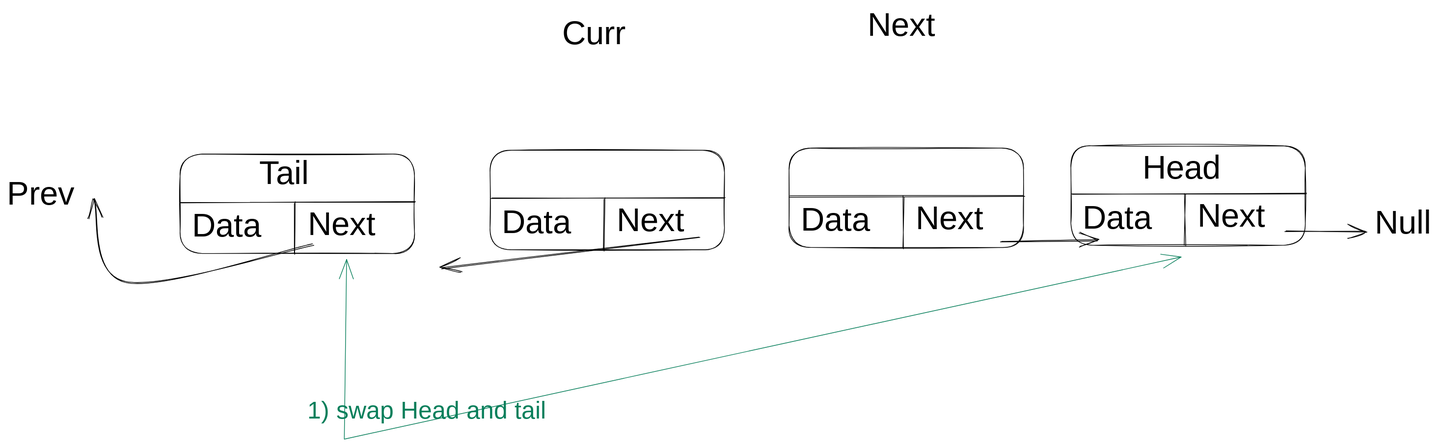
Earlier version of the Excalidraw export Week1/LinkedList/LinkedList_Notes.excalidraw.svg (JJ-Dynamite/DSA). Source tidied: one line per element, renumbered; positions are measured from the earlier drawing's top-left corner, leaving out a move shared by most shapes. Its diagram source:
```json
{"id": 0, "type": "rectangle", "strokeColor": "#000000", "strokeWidth": 1, "roughness": 1, "round": true, "x": 252, "y": 214, "width": 341, "height": 145}
{"id": 1, "type": "line", "strokeColor": "#000000", "backgroundColor": "#fa5252", "fillStyle": "hachure", "strokeWidth": 1, "roughness": 1, "round": true, "x": 253, "y": 284, "width": 341, "height": 0, "points": [[0, 0], [341, 0]]}
{"id": 2, "type": "line", "strokeColor": "#000000", "backgroundColor": "#fa5252", "fillStyle": "hachure", "strokeWidth": 1, "roughness": 1, "round": true, "x": 419, "y": 284, "width": 1, "height": 76, "points": [[0, 0], [-1, 76]]}
{"id": 3, "type": "text", "text": "Head", "strokeColor": "#000000", "backgroundColor": "#fa5252", "fillStyle": "hachure", "strokeWidth": 1, "roughness": 1, "fontSize": 47.8, "fontFamily": 1, "x": 1652, "y": 208, "width": 114, "height": 60}
{"id": 4, "type": "text", "text": "Data", "strokeColor": "#000000", "backgroundColor": "#fa5252", "fillStyle": "hachure", "strokeWidth": 1, "roughness": 1, "fontSize": 47.8, "fontFamily": 1, "x": 269, "y": 293, "width": 130, "height": 60}
{"id": 5, "type": "text", "text": "Next", "strokeColor": "#000000", "backgroundColor": "#fa5252", "fillStyle": "hachure", "strokeWidth": 1, "roughness": 1, "fontSize": 47.8, "fontFamily": 1, "x": 438, "y": 290, "width": 113, "height": 60}
{"id": 6, "type": "arrow", "strokeColor": "#000000", "backgroundColor": "#fa5252", "fillStyle": "hachure", "strokeWidth": 1, "roughness": 1, "endArrowhead": "arrow", "round": true, "x": 445, "y": 346, "width": 318, "height": 121, "points": [[0, 0], [-271, 55], [-318, -66]]}
{"id": 7, "type": "rectangle", "strokeColor": "#000000", "strokeWidth": 1, "roughness": 1, "round": true, "x": 703, "y": 209, "width": 341, "height": 145}
{"id": 8, "type": "line", "strokeColor": "#000000", "backgroundColor": "#fa5252", "fillStyle": "hachure", "strokeWidth": 1, "roughness": 1, "round": true, "x": 704, "y": 279, "width": 341, "height": 0, "points": [[0, 0], [341, 0]]}
{"id": 9, "type": "line", "strokeColor": "#000000", "backgroundColor": "#fa5252", "fillStyle": "hachure", "strokeWidth": 1, "roughness": 1, "round": true, "x": 870, "y": 279, "width": 1, "height": 76, "points": [[0, 0], [-1, 76]]}
{"id": 10, "type": "text", "text": "Data", "strokeColor": "#000000", "backgroundColor": "#fa5252", "fillStyle": "hachure", "strokeWidth": 1, "roughness": 1, "fontSize": 47.8, "fontFamily": 1, "x": 720, "y": 287, "width": 130, "height": 60}
{"id": 11, "type": "text", "text": "Next", "strokeColor": "#000000", "backgroundColor": "#fa5252", "fillStyle": "hachure", "strokeWidth": 1, "roughness": 1, "fontSize": 47.8, "fontFamily": 1, "x": 887, "y": 285, "width": 113, "height": 60}
{"id": 12, "type": "rectangle", "strokeColor": "#000000", "strokeWidth": 1, "roughness": 1, "round": true, "x": 1138, "y": 205, "width": 341, "height": 145}
{"id": 13, "type": "line", "strokeColor": "#000000", "backgroundColor": "#fa5252", "fillStyle": "hachure", "strokeWidth": 1, "roughness": 1, "round": true, "x": 1139, "y": 275, "width": 341, "height": 0, "points": [[0, 0], [341, 0]]}
{"id": 14, "type": "line", "strokeColor": "#000000", "backgroundColor": "#fa5252", "fillStyle": "hachure", "strokeWidth": 1, "roughness": 1, "round": true, "x": 1305, "y": 275, "width": 1, "height": 76, "points": [[0, 0], [-1, 76]]}
{"id": 15, "type": "text", "text": "Data", "strokeColor": "#000000", "backgroundColor": "#fa5252", "fillStyle": "hachure", "strokeWidth": 1, "roughness": 1, "fontSize": 47.8, "fontFamily": 1, "x": 1155, "y": 284, "width": 130, "height": 60}
{"id": 16, "type": "text", "text": "Next", "strokeColor": "#000000", "backgroundColor": "#fa5252", "fillStyle": "hachure", "strokeWidth": 1, "roughness": 1, "fontSize": 47.8, "fontFamily": 1, "x": 1322, "y": 281, "width": 113, "height": 60}
{"id": 17, "type": "rectangle", "strokeColor": "#000000", "strokeWidth": 1, "roughness": 1, "round": true, "x": 1548, "y": 202, "width": 341, "height": 145}
{"id": 18, "type": "line", "strokeColor": "#000000", "backgroundColor": "#fa5252", "fillStyle": "hachure", "strokeWidth": 1, "roughness": 1, "round": true, "x": 1549, "y": 272, "width": 341, "height": 0, "points": [[0, 0], [341, 0]]}
{"id": 19, "type": "line", "strokeColor": "#000000", "backgroundColor": "#fa5252", "fillStyle": "hachure", "strokeWidth": 1, "roughness": 1, "round": true, "x": 1715, "y": 272, "width": 1, "height": 76, "points": [[0, 0], [-1, 76]]}
{"id": 20, "type": "text", "text": "Data", "strokeColor": "#000000", "backgroundColor": "#fa5252", "fillStyle": "hachure", "strokeWidth": 1, "roughness": 1, "fontSize": 47.8, "fontFamily": 1, "x": 1565, "y": 281, "width": 130, "height": 60}
{"id": 21, "type": "text", "text": "Next", "strokeColor": "#000000", "backgroundColor": "#fa5252", "fillStyle": "hachure", "strokeWidth": 1, "roughness": 1, "fontSize": 47.8, "fontFamily": 1, "x": 1732, "y": 278, "width": 113, "height": 60}
{"id": 22, "type": "arrow", "strokeColor": "#000000", "backgroundColor": "#fa5252", "fillStyle": "hachure", "strokeWidth": 1, "roughness": 1, "endArrowhead": "arrow", "round": true, "from": 11, "x": 1008, "y": 334, "width": 375, "height": 46, "points": [[0, 0], [-375, 46]]}
{"id": 23, "type": "arrow", "strokeColor": "#000000", "backgroundColor": "#fa5252", "fillStyle": "hachure", "strokeWidth": 1, "roughness": 1, "endArrowhead": "arrow", "round": true, "from": 16, "x": 1446, "y": 342, "width": 141, "height": 1, "points": [[0, 0], [141, -1]]}
{"id": 24, "type": "arrow", "strokeColor": "#000000", "backgroundColor": "#fa5252", "fillStyle": "hachure", "strokeWidth": 1, "roughness": 1, "endArrowhead": "arrow", "round": true, "from": 21, "to": 25, "x": 1860, "y": 327, "width": 117, "height": 0, "points": [[0, 0], [117, 0]]}
{"id": 25, "type": "text", "text": "Null", "strokeColor": "#000000", "backgroundColor": "#fa5252", "fillStyle": "hachure", "strokeWidth": 1, "roughness": 1, "fontSize": 47.8, "fontFamily": 1, "x": 1990, "y": 288, "width": 85, "height": 60}
{"id": 26, "type": "text", "text": "Tail", "strokeColor": "#000000", "backgroundColor": "#fa5252", "fillStyle": "hachure", "strokeWidth": 1, "roughness": 1, "fontSize": 47.8, "fontFamily": 1, "x": 367, "y": 216, "width": 95, "height": 60}
{"id": 27, "type": "text", "text": "Curr", "strokeColor": "#000000", "backgroundColor": "#fa5252", "fillStyle": "hachure", "strokeWidth": 1, "roughness": 1, "fontSize": 47.8, "fontFamily": 1, "x": 808, "y": 12, "width": 101, "height": 60}
{"id": 28, "type": "text", "text": "Next", "strokeColor": "#000000", "backgroundColor": "#fa5252", "fillStyle": "hachure", "strokeWidth": 1, "roughness": 1, "fontSize": 47.8, "fontFamily": 1, "x": 1252, "y": 0, "width": 113, "height": 60}
{"id": 29, "type": "text", "text": "Prev", "strokeColor": "#000000", "backgroundColor": "#fa5252", "fillStyle": "hachure", "strokeWidth": 1, "roughness": 1, "fontSize": 47.8, "fontFamily": 1, "x": 0, "y": 246, "width": 105, "height": 60}
{"id": 30, "type": "arrow", "strokeColor": "#087f5b", "backgroundColor": "#fa5252", "fillStyle": "hachure", "strokeWidth": 1, "roughness": 0, "startArrowhead": "arrow", "endArrowhead": "arrow", "from": 0, "to": 17, "x": 494, "y": 368, "width": 1217, "height": 265, "points": [[0, 0], [-3, 261], [1214, -4]]}
{"id": 31, "type": "text", "text": "1) swap Head and tail", "strokeColor": "#087f5b", "backgroundColor": "#fa5252", "fillStyle": "hachure", "strokeWidth": 1, "roughness": 1, "fontSize": 36, "fontFamily": 3, "textAlign": "center", "verticalAlign": "middle", "inside": 30, "x": 388, "y": 562, "width": 445, "height": 48}
```
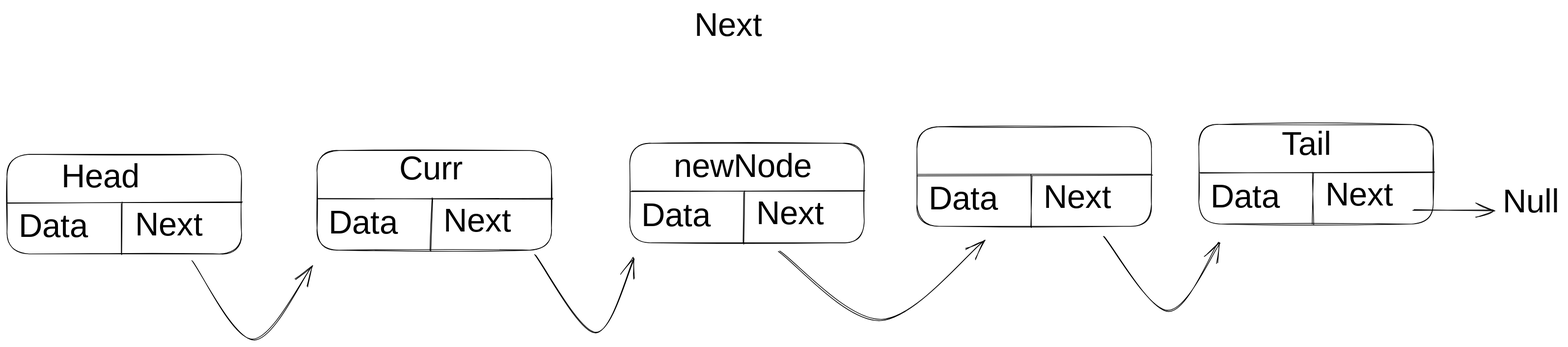
The same file after the commit.

Diff of the diagram source:
```diff
@@ -1,32 +1,36 @@
 {"id": 0, "type": "rectangle", "strokeColor": "#000000", "strokeWidth": 1, "roughness": 1, "round": true, "x": 252, "y": 214, "width": 341, "height": 145}
 {"id": 1, "type": "line", "strokeColor": "#000000", "backgroundColor": "#fa5252", "fillStyle": "hachure", "strokeWidth": 1, "roughness": 1, "round": true, "x": 253, "y": 284, "width": 341, "height": 0, "points": [[0, 0], [341, 0]]}
 {"id": 2, "type": "line", "strokeColor": "#000000", "backgroundColor": "#fa5252", "fillStyle": "hachure", "strokeWidth": 1, "roughness": 1, "round": true, "x": 419, "y": 284, "width": 1, "height": 76, "points": [[0, 0], [-1, 76]]}
-{"id": 3, "type": "text", "text": "Head", "strokeColor": "#000000", "backgroundColor": "#fa5252", "fillStyle": "hachure", "strokeWidth": 1, "roughness": 1, "fontSize": 47.8, "fontFamily": 1, "x": 1652, "y": 208, "width": 114, "height": 60}
+{"id": 3, "type": "text", "text": "Head", "strokeColor": "#000000", "backgroundColor": "#fa5252", "fillStyle": "hachure", "strokeWidth": 1, "roughness": 1, "fontSize": 47.8, "fontFamily": 1, "x": 331, "y": 220, "width": 114, "height": 60}
 {"id": 4, "type": "text", "text": "Data", "strokeColor": "#000000", "backgroundColor": "#fa5252", "fillStyle": "hachure", "strokeWidth": 1, "roughness": 1, "fontSize": 47.8, "fontFamily": 1, "x": 269, "y": 293, "width": 130, "height": 60}
 {"id": 5, "type": "text", "text": "Next", "strokeColor": "#000000", "backgroundColor": "#fa5252", "fillStyle": "hachure", "strokeWidth": 1, "roughness": 1, "fontSize": 47.8, "fontFamily": 1, "x": 438, "y": 290, "width": 113, "height": 60}
-{"id": 6, "type": "arrow", "strokeColor": "#000000", "backgroundColor": "#fa5252", "fillStyle": "hachure", "strokeWidth": 1, "roughness": 1, "endArrowhead": "arrow", "round": true, "x": 445, "y": 346, "width": 318, "height": 121, "points": [[0, 0], [-271, 55], [-318, -66]]}
-{"id": 7, "type": "rectangle", "strokeColor": "#000000", "strokeWidth": 1, "roughness": 1, "round": true, "x": 703, "y": 209, "width": 341, "height": 145}
-{"id": 8, "type": "line", "strokeColor": "#000000", "backgroundColor": "#fa5252", "fillStyle": "hachure", "strokeWidth": 1, "roughness": 1, "round": true, "x": 704, "y": 279, "width": 341, "height": 0, "points": [[0, 0], [341, 0]]}
-{"id": 9, "type": "line", "strokeColor": "#000000", "backgroundColor": "#fa5252", "fillStyle": "hachure", "strokeWidth": 1, "roughness": 1, "round": true, "x": 870, "y": 279, "width": 1, "height": 76, "points": [[0, 0], [-1, 76]]}
-{"id": 10, "type": "text", "text": "Data", "strokeColor": "#000000", "backgroundColor": "#fa5252", "fillStyle": "hachure", "strokeWidth": 1, "roughness": 1, "fontSize": 47.8, "fontFamily": 1, "x": 720, "y": 287, "width": 130, "height": 60}
-{"id": 11, "type": "text", "text": "Next", "strokeColor": "#000000", "backgroundColor": "#fa5252", "fillStyle": "hachure", "strokeWidth": 1, "roughness": 1, "fontSize": 47.8, "fontFamily": 1, "x": 887, "y": 285, "width": 113, "height": 60}
+{"id": 32, "type": "rectangle", "strokeColor": "#000000", "strokeWidth": 1, "roughness": 1, "round": true, "x": 703, "y": 209, "width": 341, "height": 145}
+{"id": 33, "type": "line", "strokeColor": "#000000", "backgroundColor": "#fa5252", "fillStyle": "hachure", "strokeWidth": 1, "roughness": 1, "round": true, "x": 704, "y": 279, "width": 341, "height": 0, "points": [[0, 0], [341, 0]]}
+{"id": 34, "type": "line", "strokeColor": "#000000", "backgroundColor": "#fa5252", "fillStyle": "hachure", "strokeWidth": 1, "roughness": 1, "round": true, "x": 870, "y": 279, "width": 1, "height": 76, "points": [[0, 0], [-1, 76]]}
+{"id": 35, "type": "text", "text": "Data", "strokeColor": "#000000", "backgroundColor": "#fa5252", "fillStyle": "hachure", "strokeWidth": 1, "roughness": 1, "fontSize": 47.8, "fontFamily": 1, "x": 720, "y": 287, "width": 130, "height": 60}
+{"id": 36, "type": "text", "text": "Next", "strokeColor": "#000000", "backgroundColor": "#fa5252", "fillStyle": "hachure", "strokeWidth": 1, "roughness": 1, "fontSize": 47.8, "fontFamily": 1, "x": 887, "y": 285, "width": 113, "height": 60}
-{"id": 12, "type": "rectangle", "strokeColor": "#000000", "strokeWidth": 1, "roughness": 1, "round": true, "x": 1138, "y": 205, "width": 341, "height": 145}
+{"id": 12, "type": "rectangle", "strokeColor": "#000000", "strokeWidth": 1, "roughness": 1, "round": true, "x": 1576, "y": 174, "width": 341, "height": 145}
-{"id": 13, "type": "line", "strokeColor": "#000000", "backgroundColor": "#fa5252", "fillStyle": "hachure", "strokeWidth": 1, "roughness": 1, "round": true, "x": 1139, "y": 275, "width": 341, "height": 0, "points": [[0, 0], [341, 0]]}
+{"id": 13, "type": "line", "strokeColor": "#000000", "backgroundColor": "#fa5252", "fillStyle": "hachure", "strokeWidth": 1, "roughness": 1, "round": true, "x": 1577, "y": 244, "width": 341, "height": 0, "points": [[0, 0], [341, 0]]}
-{"id": 14, "type": "line", "strokeColor": "#000000", "backgroundColor": "#fa5252", "fillStyle": "hachure", "strokeWidth": 1, "roughness": 1, "round": true, "x": 1305, "y": 275, "width": 1, "height": 76, "points": [[0, 0], [-1, 76]]}
+{"id": 14, "type": "line", "strokeColor": "#000000", "backgroundColor": "#fa5252", "fillStyle": "hachure", "strokeWidth": 1, "roughness": 1, "round": true, "x": 1743, "y": 244, "width": 1, "height": 76, "points": [[0, 0], [-1, 76]]}
-{"id": 15, "type": "text", "text": "Data", "strokeColor": "#000000", "backgroundColor": "#fa5252", "fillStyle": "hachure", "strokeWidth": 1, "roughness": 1, "fontSize": 47.8, "fontFamily": 1, "x": 1155, "y": 284, "width": 130, "height": 60}
+{"id": 15, "type": "text", "text": "Data", "strokeColor": "#000000", "backgroundColor": "#fa5252", "fillStyle": "hachure", "strokeWidth": 1, "roughness": 1, "fontSize": 47.8, "fontFamily": 1, "x": 1593, "y": 252, "width": 130, "height": 60}
-{"id": 16, "type": "text", "text": "Next", "strokeColor": "#000000", "backgroundColor": "#fa5252", "fillStyle": "hachure", "strokeWidth": 1, "roughness": 1, "fontSize": 47.8, "fontFamily": 1, "x": 1322, "y": 281, "width": 113, "height": 60}
+{"id": 16, "type": "text", "text": "Next", "strokeColor": "#000000", "backgroundColor": "#fa5252", "fillStyle": "hachure", "strokeWidth": 1, "roughness": 1, "fontSize": 47.8, "fontFamily": 1, "x": 1760, "y": 250, "width": 113, "height": 60}
-{"id": 17, "type": "rectangle", "strokeColor": "#000000", "strokeWidth": 1, "roughness": 1, "round": true, "x": 1548, "y": 202, "width": 341, "height": 145}
+{"id": 17, "type": "rectangle", "strokeColor": "#000000", "strokeWidth": 1, "roughness": 1, "round": true, "x": 1986, "y": 171, "width": 341, "height": 145}
-{"id": 18, "type": "line", "strokeColor": "#000000", "backgroundColor": "#fa5252", "fillStyle": "hachure", "strokeWidth": 1, "roughness": 1, "round": true, "x": 1549, "y": 272, "width": 341, "height": 0, "points": [[0, 0], [341, 0]]}
+{"id": 18, "type": "line", "strokeColor": "#000000", "backgroundColor": "#fa5252", "fillStyle": "hachure", "strokeWidth": 1, "roughness": 1, "round": true, "x": 1987, "y": 241, "width": 341, "height": 0, "points": [[0, 0], [341, 0]]}
-{"id": 19, "type": "line", "strokeColor": "#000000", "backgroundColor": "#fa5252", "fillStyle": "hachure", "strokeWidth": 1, "roughness": 1, "round": true, "x": 1715, "y": 272, "width": 1, "height": 76, "points": [[0, 0], [-1, 76]]}
+{"id": 19, "type": "line", "strokeColor": "#000000", "backgroundColor": "#fa5252", "fillStyle": "hachure", "strokeWidth": 1, "roughness": 1, "round": true, "x": 2153, "y": 241, "width": 1, "height": 76, "points": [[0, 0], [-1, 76]]}
-{"id": 20, "type": "text", "text": "Data", "strokeColor": "#000000", "backgroundColor": "#fa5252", "fillStyle": "hachure", "strokeWidth": 1, "roughness": 1, "fontSize": 47.8, "fontFamily": 1, "x": 1565, "y": 281, "width": 130, "height": 60}
+{"id": 20, "type": "text", "text": "Data", "strokeColor": "#000000", "backgroundColor": "#fa5252", "fillStyle": "hachure", "strokeWidth": 1, "roughness": 1, "fontSize": 47.8, "fontFamily": 1, "x": 2003, "y": 249, "width": 130, "height": 60}
-{"id": 21, "type": "text", "text": "Next", "strokeColor": "#000000", "backgroundColor": "#fa5252", "fillStyle": "hachure", "strokeWidth": 1, "roughness": 1, "fontSize": 47.8, "fontFamily": 1, "x": 1732, "y": 278, "width": 113, "height": 60}
+{"id": 21, "type": "text", "text": "Next", "strokeColor": "#000000", "backgroundColor": "#fa5252", "fillStyle": "hachure", "strokeWidth": 1, "roughness": 1, "fontSize": 47.8, "fontFamily": 1, "x": 2170, "y": 247, "width": 113, "height": 60}
-{"id": 22, "type": "arrow", "strokeColor": "#000000", "backgroundColor": "#fa5252", "fillStyle": "hachure", "strokeWidth": 1, "roughness": 1, "endArrowhead": "arrow", "round": true, "from": 11, "x": 1008, "y": 334, "width": 375, "height": 46, "points": [[0, 0], [-375, 46]]}
-{"id": 23, "type": "arrow", "strokeColor": "#000000", "backgroundColor": "#fa5252", "fillStyle": "hachure", "strokeWidth": 1, "roughness": 1, "endArrowhead": "arrow", "round": true, "from": 16, "x": 1446, "y": 342, "width": 141, "height": 1, "points": [[0, 0], [141, -1]]}
+{"id": 37, "type": "arrow", "strokeColor": "#000000", "backgroundColor": "#fa5252", "fillStyle": "hachure", "strokeWidth": 1, "roughness": 1, "endArrowhead": "arrow", "round": true, "from": 0, "to": 32, "x": 522, "y": 370, "width": 174, "height": 113, "points": [[0, 0], [88, 113], [174, 7]]}
-{"id": 24, "type": "arrow", "strokeColor": "#000000", "backgroundColor": "#fa5252", "fillStyle": "hachure", "strokeWidth": 1, "roughness": 1, "endArrowhead": "arrow", "round": true, "from": 21, "to": 25, "x": 1860, "y": 327, "width": 117, "height": 0, "points": [[0, 0], [117, 0]]}
+{"id": 24, "type": "arrow", "strokeColor": "#000000", "backgroundColor": "#fa5252", "fillStyle": "hachure", "strokeWidth": 1, "roughness": 1, "endArrowhead": "arrow", "round": true, "from": 21, "to": 25, "x": 2298, "y": 296, "width": 117, "height": 0, "points": [[0, 0], [117, 0]]}
-{"id": 25, "type": "text", "text": "Null", "strokeColor": "#000000", "backgroundColor": "#fa5252", "fillStyle": "hachure", "strokeWidth": 1, "roughness": 1, "fontSize": 47.8, "fontFamily": 1, "x": 1990, "y": 288, "width": 85, "height": 60}
+{"id": 25, "type": "text", "text": "Null", "strokeColor": "#000000", "backgroundColor": "#fa5252", "fillStyle": "hachure", "strokeWidth": 1, "roughness": 1, "fontSize": 47.8, "fontFamily": 1, "x": 2428, "y": 256, "width": 85, "height": 60}
-{"id": 26, "type": "text", "text": "Tail", "strokeColor": "#000000", "backgroundColor": "#fa5252", "fillStyle": "hachure", "strokeWidth": 1, "roughness": 1, "fontSize": 47.8, "fontFamily": 1, "x": 367, "y": 216, "width": 95, "height": 60}
+{"id": 26, "type": "text", "text": "Tail", "strokeColor": "#000000", "backgroundColor": "#fa5252", "fillStyle": "hachure", "strokeWidth": 1, "roughness": 1, "fontSize": 47.8, "fontFamily": 1, "x": 2107, "y": 173, "width": 95, "height": 60}
+{"id": 38, "type": "text", "text": "Curr", "strokeColor": "#000000", "backgroundColor": "#fa5252", "fillStyle": "hachure", "strokeWidth": 1, "roughness": 1, "fontSize": 47.8, "fontFamily": 1, "x": 823, "y": 209, "width": 101, "height": 60}
+{"id": 28, "type": "text", "text": "Next", "strokeColor": "#000000", "backgroundColor": "#fa5252", "fillStyle": "hachure", "strokeWidth": 1, "roughness": 1, "fontSize": 47.8, "fontFamily": 1, "x": 1252, "y": 0, "width": 113, "height": 60}
+{"id": 39, "type": "arrow", "strokeColor": "#000000", "backgroundColor": "#fa5252", "fillStyle": "hachure", "strokeWidth": 1, "roughness": 1, "endArrowhead": "arrow", "round": true, "from": 32, "to": 7, "x": 1021, "y": 361, "width": 143, "height": 113, "points": [[0, 0], [87, 113], [143, 6]]}
+{"id": 22, "type": "arrow", "strokeColor": "#000000", "backgroundColor": "#fa5252", "fillStyle": "hachure", "strokeWidth": 1, "roughness": 1, "endArrowhead": "arrow", "round": true, "from": 12, "to": 17, "x": 1848, "y": 333, "width": 167, "height": 109, "points": [[0, 0], [94, 109], [167, 9]]}
+{"id": 7, "type": "rectangle", "strokeColor": "#000000", "strokeWidth": 1, "roughness": 1, "round": true, "x": 1158, "y": 198, "width": 341, "height": 145}
+{"id": 8, "type": "line", "strokeColor": "#000000", "backgroundColor": "#fa5252", "fillStyle": "hachure", "strokeWidth": 1, "roughness": 1, "round": true, "x": 1159, "y": 268, "width": 341, "height": 0, "points": [[0, 0], [341, 0]]}
+{"id": 9, "type": "line", "strokeColor": "#000000", "backgroundColor": "#fa5252", "fillStyle": "hachure", "strokeWidth": 1, "roughness": 1, "round": true, "x": 1325, "y": 268, "width": 1, "height": 76, "points": [[0, 0], [-1, 76]]}
+{"id": 10, "type": "text", "text": "Data", "strokeColor": "#000000", "backgroundColor": "#fa5252", "fillStyle": "hachure", "strokeWidth": 1, "roughness": 1, "fontSize": 47.8, "fontFamily": 1, "x": 1175, "y": 276, "width": 130, "height": 60}
+{"id": 11, "type": "text", "text": "Next", "strokeColor": "#000000", "backgroundColor": "#fa5252", "fillStyle": "hachure", "strokeWidth": 1, "roughness": 1, "fontSize": 47.8, "fontFamily": 1, "x": 1342, "y": 274, "width": 113, "height": 60}
-{"id": 27, "type": "text", "text": "Curr", "strokeColor": "#000000", "backgroundColor": "#fa5252", "fillStyle": "hachure", "strokeWidth": 1, "roughness": 1, "fontSize": 47.8, "fontFamily": 1, "x": 808, "y": 12, "width": 101, "height": 60}
+{"id": 27, "type": "text", "text": "newNode", "strokeColor": "#000000", "backgroundColor": "#fa5252", "fillStyle": "hachure", "strokeWidth": 1, "roughness": 1, "fontSize": 47.8, "fontFamily": 1, "x": 1222, "y": 205, "width": 190, "height": 60}
-{"id": 28, "type": "text", "text": "Next", "strokeColor": "#000000", "backgroundColor": "#fa5252", "fillStyle": "hachure", "strokeWidth": 1, "roughness": 1, "fontSize": 47.8, "fontFamily": 1, "x": 1252, "y": 0, "width": 113, "height": 60}
-{"id": 29, "type": "text", "text": "Prev", "strokeColor": "#000000", "backgroundColor": "#fa5252", "fillStyle": "hachure", "strokeWidth": 1, "roughness": 1, "fontSize": 47.8, "fontFamily": 1, "x": 0, "y": 246, "width": 105, "height": 60}
-{"id": 30, "type": "arrow", "strokeColor": "#087f5b", "backgroundColor": "#fa5252", "fillStyle": "hachure", "strokeWidth": 1, "roughness": 0, "startArrowhead": "arrow", "endArrowhead": "arrow", "from": 0, "to": 17, "x": 494, "y": 368, "width": 1217, "height": 265, "points": [[0, 0], [-3, 261], [1214, -4]]}
-{"id": 31, "type": "text", "text": "1) swap Head and tail", "strokeColor": "#087f5b", "backgroundColor": "#fa5252", "fillStyle": "hachure", "strokeWidth": 1, "roughness": 1, "fontSize": 36, "fontFamily": 3, "textAlign": "center", "verticalAlign": "middle", "inside": 30, "x": 388, "y": 562, "width": 445, "height": 48}
+{"id": 40, "type": "arrow", "strokeColor": "#000000", "backgroundColor": "#fa5252", "fillStyle": "hachure", "strokeWidth": 1, "roughness": 1, "endArrowhead": "arrow", "round": true, "from": 7, "to": 12, "x": 1374, "y": 355, "width": 299, "height": 116, "points": [[0, 0], [149, 101], [299, -15]]}
```
